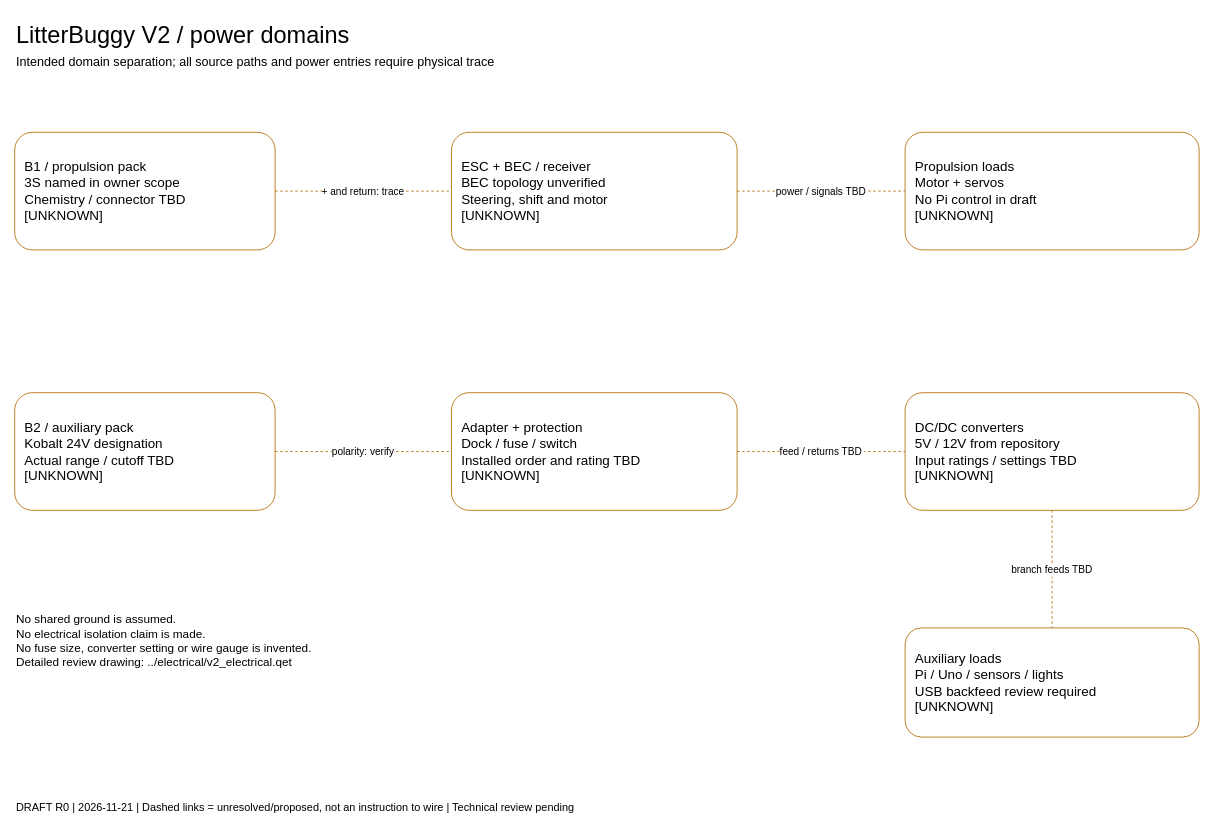
Earlier version of the draw.io diagram hardware/v2/architecture/v2_power_domains.drawio (Rob803yy/Junk-O-Matic). Source tidied: cells renumbered, new cells numbered last; positions are measured from the earlier drawing's top-left corner, leaving out a move shared by most shapes. Both pictures are drawn from the tidied source at 84%, with x=0, y=0 at pixel (14, 14).
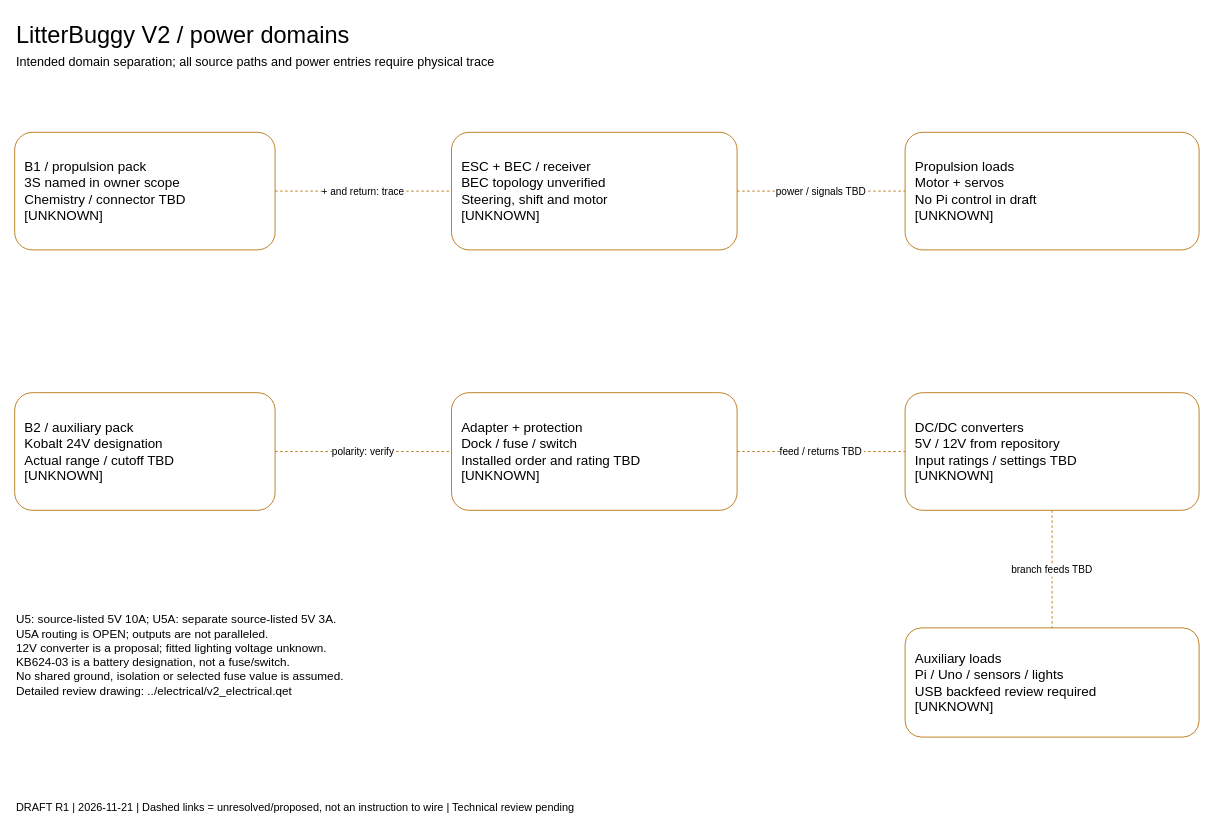
After the change.

Diff of the diagram source:
```diff
@@
 <mxGraphModel>
   <root>
     <mxCell id="0" />
     <mxCell id="1" parent="0" />
     <mxCell id="2" value="LitterBuggy V2 / power domains" style="text;html=0;align=left;verticalAlign=top;fontSize=28;" parent="1" vertex="1">
       <mxGeometry width="1420" height="40" as="geometry" />
     </mxCell>
     <mxCell id="3" value="Intended domain separation; all source paths and power entries require physical trace" style="text;html=0;align=left;verticalAlign=top;fontSize=15;" parent="1" vertex="1">
       <mxGeometry y="40" width="1420" height="30" as="geometry" />
     </mxCell>
     <mxCell id="4" value="+ and return: trace" style="edgeStyle=orthogonalEdgeStyle;html=0;endArrow=none;strokeColor=#b26a00;dashed=1;fontSize=12;" parent="1" edge="1" source="9" target="10">
       <mxGeometry relative="1" as="geometry" />
     </mxCell>
     <mxCell id="5" value="power / signals TBD" style="edgeStyle=orthogonalEdgeStyle;html=0;endArrow=none;strokeColor=#b26a00;dashed=1;fontSize=12;" parent="1" edge="1" source="10" target="11">
       <mxGeometry relative="1" as="geometry" />
     </mxCell>
     <mxCell id="6" value="polarity: verify" style="edgeStyle=orthogonalEdgeStyle;html=0;endArrow=none;strokeColor=#b26a00;dashed=1;fontSize=12;" parent="1" edge="1" source="12" target="13">
       <mxGeometry relative="1" as="geometry" />
     </mxCell>
     <mxCell id="7" value="feed / returns TBD" style="edgeStyle=orthogonalEdgeStyle;html=0;endArrow=none;strokeColor=#b26a00;dashed=1;fontSize=12;" parent="1" edge="1" source="13" target="14">
       <mxGeometry relative="1" as="geometry" />
     </mxCell>
     <mxCell id="8" value="branch feeds TBD" style="edgeStyle=orthogonalEdgeStyle;html=0;endArrow=none;strokeColor=#b26a00;dashed=1;fontSize=12;" parent="1" edge="1" source="14" target="15">
       <mxGeometry relative="1" as="geometry" />
     </mxCell>
     <mxCell id="9" value="B1 / propulsion pack&#10;3S named in owner scope&#10;Chemistry / connector TBD&#10;[UNKNOWN]" style="rounded=1;whiteSpace=wrap;html=0;align=left;spacing=12;fontSize=16;fillColor=#ffffff;strokeColor=#b26a00;" parent="1" vertex="1">
       <mxGeometry y="140" width="310" height="140" as="geometry" />
     </mxCell>
     <mxCell id="10" value="ESC + BEC / receiver&#10;BEC topology unverified&#10;Steering, shift and motor&#10;[UNKNOWN]" style="rounded=1;whiteSpace=wrap;html=0;align=left;spacing=12;fontSize=16;fillColor=#ffffff;strokeColor=#b26a00;" parent="1" vertex="1">
       <mxGeometry x="520" y="140" width="340" height="140" as="geometry" />
     </mxCell>
     <mxCell id="11" value="Propulsion loads&#10;Motor + servos&#10;No Pi control in draft&#10;[UNKNOWN]" style="rounded=1;whiteSpace=wrap;html=0;align=left;spacing=12;fontSize=16;fillColor=#ffffff;strokeColor=#b26a00;" parent="1" vertex="1">
       <mxGeometry x="1060" y="140" width="350" height="140" as="geometry" />
     </mxCell>
     <mxCell id="12" value="B2 / auxiliary pack&#10;Kobalt 24V designation&#10;Actual range / cutoff TBD&#10;[UNKNOWN]" style="rounded=1;whiteSpace=wrap;html=0;align=left;spacing=12;fontSize=16;fillColor=#ffffff;strokeColor=#b26a00;" parent="1" vertex="1">
       <mxGeometry y="450" width="310" height="140" as="geometry" />
     </mxCell>
     <mxCell id="13" value="Adapter + protection&#10;Dock / fuse / switch&#10;Installed order and rating TBD&#10;[UNKNOWN]" style="rounded=1;whiteSpace=wrap;html=0;align=left;spacing=12;fontSize=16;fillColor=#ffffff;strokeColor=#b26a00;" parent="1" vertex="1">
       <mxGeometry x="520" y="450" width="340" height="140" as="geometry" />
     </mxCell>
     <mxCell id="14" value="DC/DC converters&#10;5V / 12V from repository&#10;Input ratings / settings TBD&#10;[UNKNOWN]" style="rounded=1;whiteSpace=wrap;html=0;align=left;spacing=12;fontSize=16;fillColor=#ffffff;strokeColor=#b26a00;" parent="1" vertex="1">
       <mxGeometry x="1060" y="450" width="350" height="140" as="geometry" />
     </mxCell>
     <mxCell id="15" value="Auxiliary loads&#10;Pi / Uno / sensors / lights&#10;USB backfeed review required&#10;[UNKNOWN]" style="rounded=1;whiteSpace=wrap;html=0;align=left;spacing=12;fontSize=16;fillColor=#ffffff;strokeColor=#b26a00;" parent="1" vertex="1">
       <mxGeometry x="1060" y="730" width="350" height="130" as="geometry" />
     </mxCell>
-    <mxCell id="16" value="No shared ground is assumed.&#10;No electrical isolation claim is made.&#10;No fuse size, converter setting or wire gauge is invented.&#10;Detailed review drawing: ../electrical/v2_electrical.qet" style="text;html=0;align=left;verticalAlign=top;fontSize=14;" parent="1" vertex="1">
-      <mxGeometry y="705" width="1400" height="92" as="geometry" />
+    <mxCell id="16" value="U5: source-listed 5V 10A; U5A: separate source-listed 5V 3A.&#10;U5A routing is OPEN; outputs are not paralleled.&#10;12V converter is a proposal; fitted lighting voltage unknown.&#10;KB624-03 is a battery designation, not a fuse/switch.&#10;No shared ground, isolation or selected fuse value is assumed.&#10;Detailed review drawing: ../electrical/v2_electrical.qet" style="text;html=0;align=left;verticalAlign=top;fontSize=14;" parent="1" vertex="1">
+      <mxGeometry y="705" width="1400" height="138" as="geometry" />
     </mxCell>
-    <mxCell id="17" value="DRAFT R0 | 2026-11-21 | Dashed links = unresolved/proposed, not an instruction to wire | Technical review pending" style="text;html=0;align=left;verticalAlign=top;fontSize=13;" parent="1" vertex="1">
+    <mxCell id="17" value="DRAFT R1 | 2026-11-21 | Dashed links = unresolved/proposed, not an instruction to wire | Technical review pending" style="text;html=0;align=left;verticalAlign=top;fontSize=13;" parent="1" vertex="1">
       <mxGeometry y="930" width="1420" height="35" as="geometry" />
     </mxCell>
   </root>
 </mxGraphModel>
```
